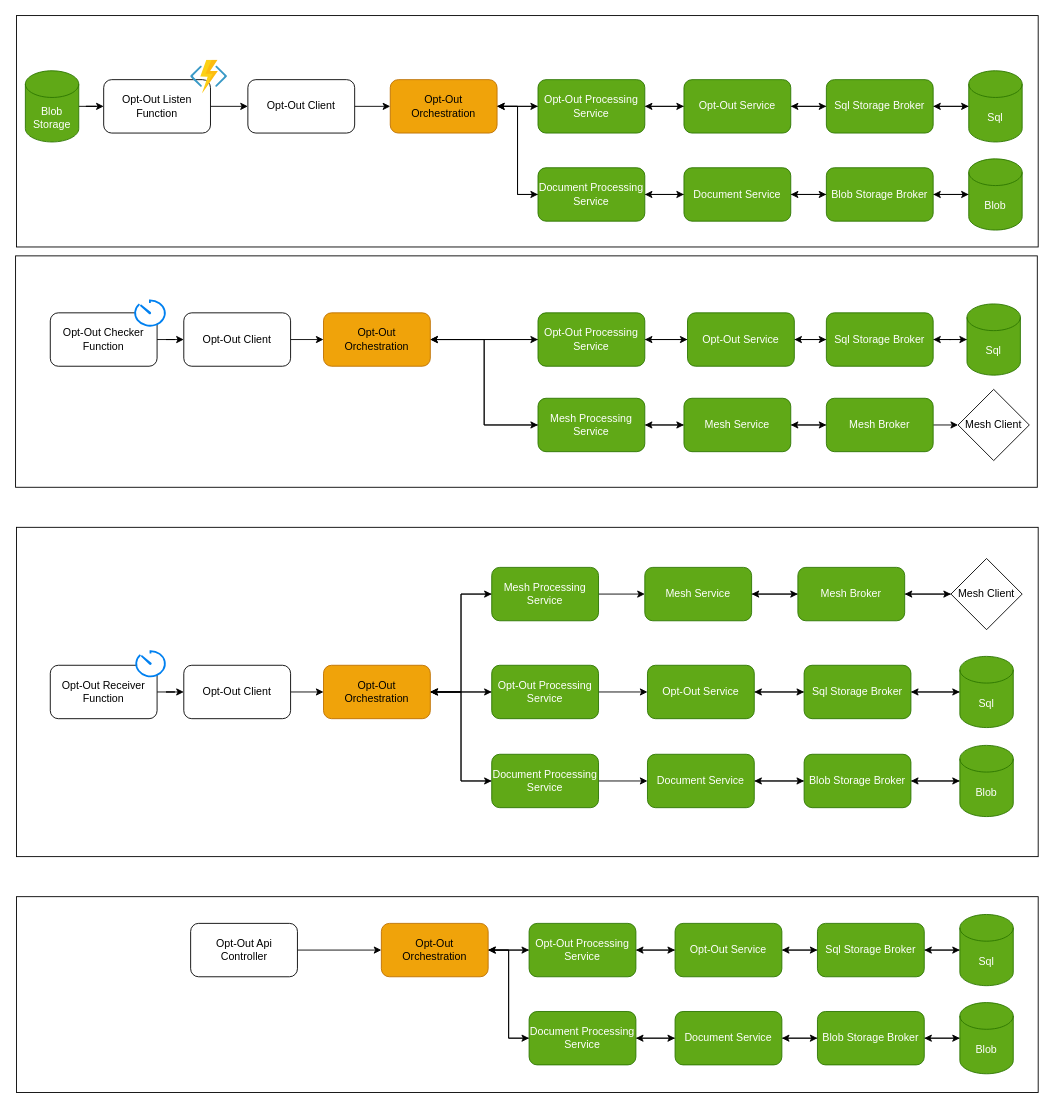
The draw.io diagram Documentation/Opt-Out/Opt-out.drawio in NHSISL/LondonDataServices, before the edit. Source tidied: cells renumbered, new cells numbered last; positions are measured from the earlier drawing's top-left corner, leaving out a move shared by most shapes. Both pictures are drawn from the tidied source at 89%, with x=0, y=0 at pixel (15, 15).
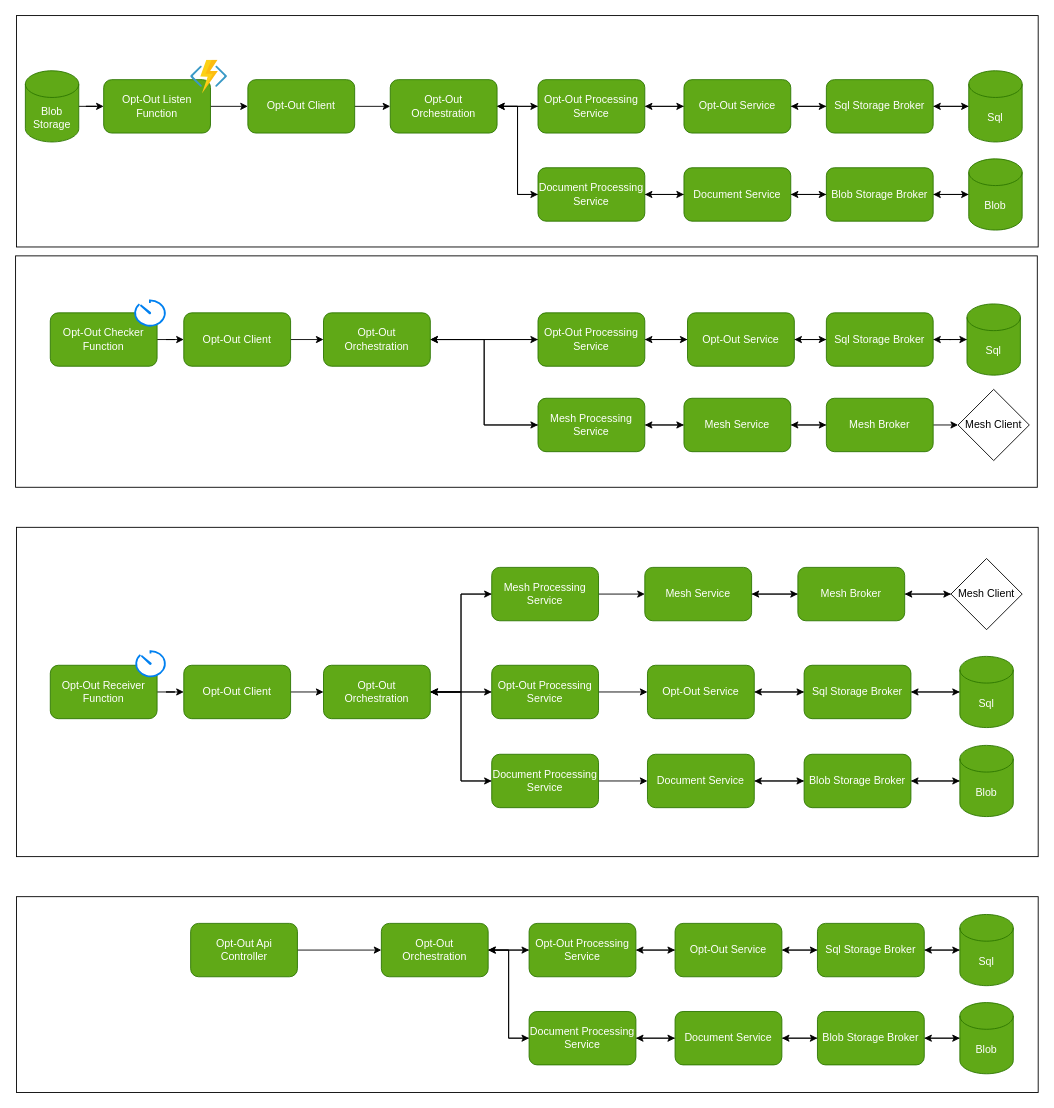
The same page after the edit.

Commit message:
CODE RUB: Updated Diagram

Diff of the diagram source:
```diff
@@
-    <mxCell id="7" value="Opt-Out Listen&lt;br&gt;Function" style="rounded=1;whiteSpace=wrap;html=1;" parent="1" vertex="1">
+    <mxCell id="7" value="Opt-Out Listen&lt;br&gt;Function" style="rounded=1;whiteSpace=wrap;html=1;fillColor=#60a917;fontColor=#ffffff;strokeColor=#2D7600;" parent="1" vertex="1">
       <mxGeometry x="99" y="72" width="120" height="60" as="geometry" />
     </mxCell>
@@
-    <mxCell id="13" value="Opt-Out Orchestration" style="rounded=1;whiteSpace=wrap;html=1;fillColor=#f0a30a;fontColor=#000000;strokeColor=#BD7000;" parent="1" vertex="1">
+    <mxCell id="13" value="Opt-Out Orchestration" style="rounded=1;whiteSpace=wrap;html=1;fillColor=#60a917;fontColor=#ffffff;strokeColor=#2D7600;" parent="1" vertex="1">
       <mxGeometry x="421" y="72" width="120" height="60" as="geometry" />
     </mxCell>
@@
-    <mxCell id="15" value="Opt-Out Receiver&lt;br&gt;Function" style="rounded=1;whiteSpace=wrap;html=1;" parent="1" vertex="1">
+    <mxCell id="15" value="Opt-Out Receiver&lt;br&gt;Function" style="rounded=1;whiteSpace=wrap;html=1;fillColor=#60a917;fontColor=#ffffff;strokeColor=#2D7600;" parent="1" vertex="1">
       <mxGeometry x="39" y="730" width="120" height="60" as="geometry" />
     </mxCell>
@@
-    <mxCell id="19" value="Opt-Out Orchestration" style="rounded=1;whiteSpace=wrap;html=1;fillColor=#f0a30a;fontColor=#000000;strokeColor=#BD7000;" parent="1" vertex="1">
+    <mxCell id="19" value="Opt-Out Orchestration" style="rounded=1;whiteSpace=wrap;html=1;fillColor=#60a917;fontColor=#ffffff;strokeColor=#2D7600;" parent="1" vertex="1">
       <mxGeometry x="346" y="730" width="120" height="60" as="geometry" />
     </mxCell>
@@
-    <mxCell id="50" value="Opt-Out Api Controller" style="rounded=1;whiteSpace=wrap;html=1;" parent="1" vertex="1">
+    <mxCell id="50" value="Opt-Out Api Controller" style="rounded=1;whiteSpace=wrap;html=1;fillColor=#60a917;fontColor=#ffffff;strokeColor=#2D7600;" parent="1" vertex="1">
       <mxGeometry x="196.7" y="1020" width="120" height="60" as="geometry" />
     </mxCell>
@@
-    <mxCell id="75" value="Opt-Out Checker&lt;br&gt;Function" style="rounded=1;whiteSpace=wrap;html=1;" parent="1" vertex="1">
+    <mxCell id="75" value="Opt-Out Checker&lt;br&gt;Function" style="rounded=1;whiteSpace=wrap;html=1;fillColor=#60a917;fontColor=#ffffff;strokeColor=#2D7600;" parent="1" vertex="1">
       <mxGeometry x="39" y="334" width="120" height="60" as="geometry" />
     </mxCell>
@@
-    <mxCell id="78" value="Opt-Out Orchestration" style="rounded=1;whiteSpace=wrap;html=1;fillColor=#f0a30a;fontColor=#000000;strokeColor=#BD7000;" parent="1" vertex="1">
+    <mxCell id="78" value="Opt-Out Orchestration" style="rounded=1;whiteSpace=wrap;html=1;fillColor=#60a917;fontColor=#ffffff;strokeColor=#2D7600;" parent="1" vertex="1">
       <mxGeometry x="346" y="334" width="120" height="60" as="geometry" />
     </mxCell>
@@
-    <mxCell id="101" value="Opt-Out Client" style="rounded=1;whiteSpace=wrap;html=1;" parent="1" vertex="1">
+    <mxCell id="101" value="Opt-Out Client" style="rounded=1;whiteSpace=wrap;html=1;fillColor=#60a917;fontColor=#ffffff;strokeColor=#2D7600;" parent="1" vertex="1">
       <mxGeometry x="261" y="72" width="120" height="60" as="geometry" />
     </mxCell>
@@
-    <mxCell id="103" value="Opt-Out Client" style="rounded=1;whiteSpace=wrap;html=1;" parent="1" vertex="1">
+    <mxCell id="103" value="Opt-Out Client" style="rounded=1;whiteSpace=wrap;html=1;fillColor=#60a917;fontColor=#ffffff;strokeColor=#2D7600;" parent="1" vertex="1">
       <mxGeometry x="189" y="334" width="120" height="60" as="geometry" />
     </mxCell>
@@
-    <mxCell id="105" value="Opt-Out Client" style="rounded=1;whiteSpace=wrap;html=1;" parent="1" vertex="1">
+    <mxCell id="105" value="Opt-Out Client" style="rounded=1;whiteSpace=wrap;html=1;fillColor=#60a917;fontColor=#ffffff;strokeColor=#2D7600;" parent="1" vertex="1">
       <mxGeometry x="189" y="730" width="120" height="60" as="geometry" />
     </mxCell>
@@
-    <mxCell id="110" value="Opt-Out Orchestration" style="rounded=1;whiteSpace=wrap;html=1;fillColor=#f0a30a;fontColor=#000000;strokeColor=#BD7000;" parent="1" vertex="1">
+    <mxCell id="110" value="Opt-Out Orchestration" style="rounded=1;whiteSpace=wrap;html=1;fillColor=#60a917;fontColor=#ffffff;strokeColor=#2D7600;" parent="1" vertex="1">
       <mxGeometry x="411" y="1020" width="120" height="60" as="geometry" />
     </mxCell>
```
